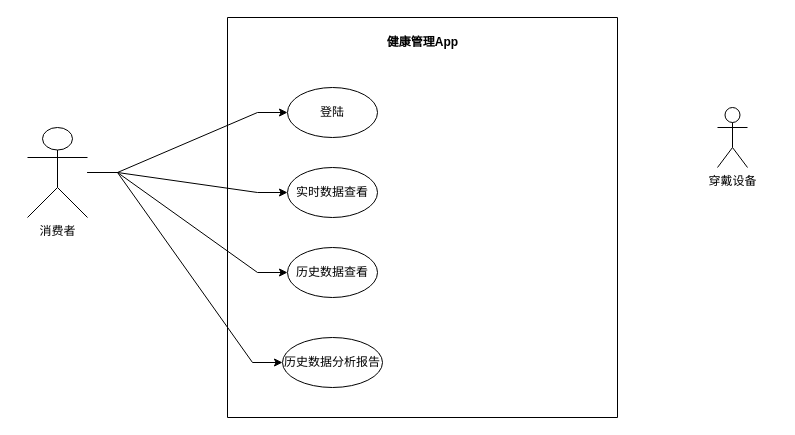
Earlier version of the draw.io diagram 未命名绘图.drawio (hangge1/learngit). Source tidied: cells renumbered, new cells numbered last; positions are measured from the earlier drawing's top-left corner, leaving out a move shared by most shapes. Both pictures are drawn from the tidied source at 100%, with x=0, y=0 at pixel (27, 17).
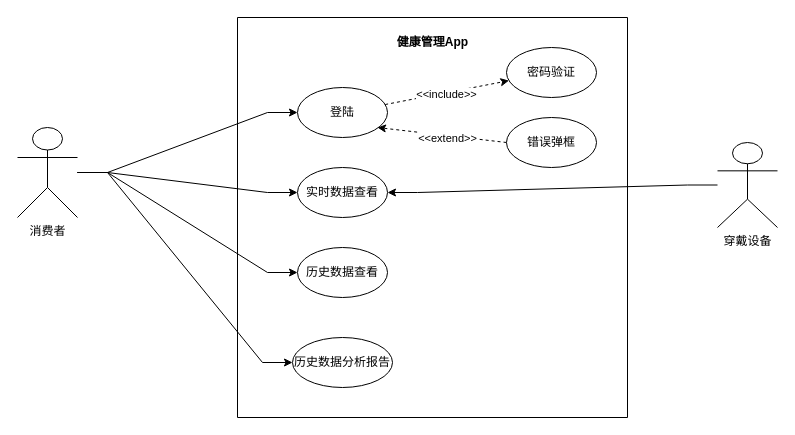
The same page after the edit.

Commit message:
更新未命名绘图.drawio

The change refers to these unchanged cells:
```xml
<mxCell id="4" value="登陆" style="ellipse;whiteSpace=wrap;html=1;" parent="2" vertex="1">
  <mxGeometry x="60" y="70" width="90" height="50" as="geometry" />
</mxCell>
<mxCell id="5" value="实时数据查看" style="ellipse;whiteSpace=wrap;html=1;" parent="2" vertex="1">
  <mxGeometry x="60" y="150" width="90" height="50" as="geometry" />
</mxCell>
```

Change to the diagram source:
```diff
@@
     <mxCell id="2" style="swimlane;startSize=0;" parent="1" vertex="1">
-      <mxGeometry x="200" width="390" height="400" as="geometry" />
+      <mxGeometry x="210" width="390" height="400" as="geometry" />
     </mxCell>
@@
+    <mxCell id="14" style="rounded=0;jettySize=auto;html=1;strokeColor=default;dashed=1;" parent="2" edge="1" source="4" target="16">
+      <mxGeometry relative="1" as="geometry" />
+    </mxCell>
+    <mxCell id="15" value="&amp;lt;&amp;lt;include&amp;gt;&amp;gt;" style="edgeLabel;html=1;align=center;verticalAlign=middle;" parent="14" vertex="1">
+      <mxGeometry x="-0.01" y="-1" relative="1" as="geometry" />
+    </mxCell>
@@
+    <mxCell id="16" value="密码验证" style="ellipse;whiteSpace=wrap;html=1;" parent="2" vertex="1">
+      <mxGeometry x="269" y="30" width="90" height="50" as="geometry" />
+    </mxCell>
+    <mxCell id="17" style="rounded=0;jettySize=auto;html=1;entryX=1;entryY=0.5;entryDx=0;entryDy=0;dashed=1;exitX=0;exitY=0.5;exitDx=0;exitDy=0;" parent="2" edge="1" source="19">
+      <mxGeometry relative="1" as="geometry">
+        <mxPoint x="140" y="110" as="targetPoint" />
+      </mxGeometry>
+    </mxCell>
+    <mxCell id="18" value="&amp;lt;&amp;lt;extend&amp;gt;&amp;gt;" style="edgeLabel;html=1;align=center;verticalAlign=middle;" parent="17" vertex="1">
+      <mxGeometry x="-0.08" y="2" relative="1" as="geometry" />
+    </mxCell>
+    <mxCell id="19" value="错误弹框" style="ellipse;whiteSpace=wrap;html=1;" parent="2" vertex="1">
+      <mxGeometry x="269" y="100" width="90" height="50" as="geometry" />
+    </mxCell>
@@
     <mxCell id="12" value="消费者" style="shape=umlActor;verticalLabelPosition=bottom;verticalAlign=top;html=1;outlineConnect=0;" parent="1" vertex="1">
-      <mxGeometry y="110" width="60" height="90" as="geometry" />
+      <mxGeometry x="-10" y="110" width="60" height="90" as="geometry" />
     </mxCell>
+    <mxCell id="20" style="edgeStyle=entityRelationEdgeStyle;rounded=0;jettySize=auto;html=1;entryX=1;entryY=0.5;entryDx=0;entryDy=0;" parent="1" edge="1" source="13" target="5">
+      <mxGeometry relative="1" as="geometry">
+        <Array as="points">
+          <mxPoint x="450" y="140" />
+        </Array>
+      </mxGeometry>
+    </mxCell>
     <mxCell id="13" value="穿戴设备" style="shape=umlActor;verticalLabelPosition=bottom;verticalAlign=top;html=1;outlineConnect=0;" parent="1" vertex="1">
-      <mxGeometry x="690" y="90" width="30" height="60" as="geometry" />
+      <mxGeometry x="690" y="125" width="60" height="85" as="geometry" />
     </mxCell>
```
